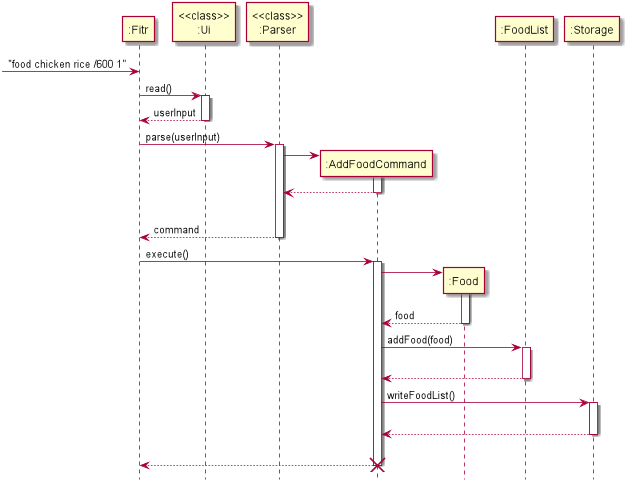
Earlier version of the PlantUML export docs/images/AddFoodSequenceDiagram.png (nus-cs2113-AY2021S1/tp). Source of this version:
```plantuml
@startuml

participant ":Fitr"
participant "<<class>>\n:Ui"
participant "<<class>>\n:Parser"

-> ":Fitr" : "food chicken rice /600 1"

":Fitr" -> "<<class>>\n:Ui" : read()
activate "<<class>>\n:Ui"
return userInput

":Fitr" -> "<<class>>\n:Parser" : parse(userInput)
activate "<<class>>\n:Parser"
create ":AddFoodCommand"
"<<class>>\n:Parser" -> ":AddFoodCommand"
activate ":AddFoodCommand"
return
|||
return command
deactivate "<<class>>\n:Parser"

participant ":Food"
participant ":FoodList"
participant ":Storage"

":Fitr" -> ":AddFoodCommand" : execute()
activate ":AddFoodCommand"

create ":Food"
":AddFoodCommand" -> ":Food"
activate ":Food"
return food

":AddFoodCommand" -> ":FoodList" : addFood(food)
activate ":FoodList"
|||
return

":AddFoodCommand" -> ":Storage" : writeFoodList()
activate ":Storage"
|||
return
|||
return
destroy ":AddFoodCommand"

hide footbox
@enduml
```
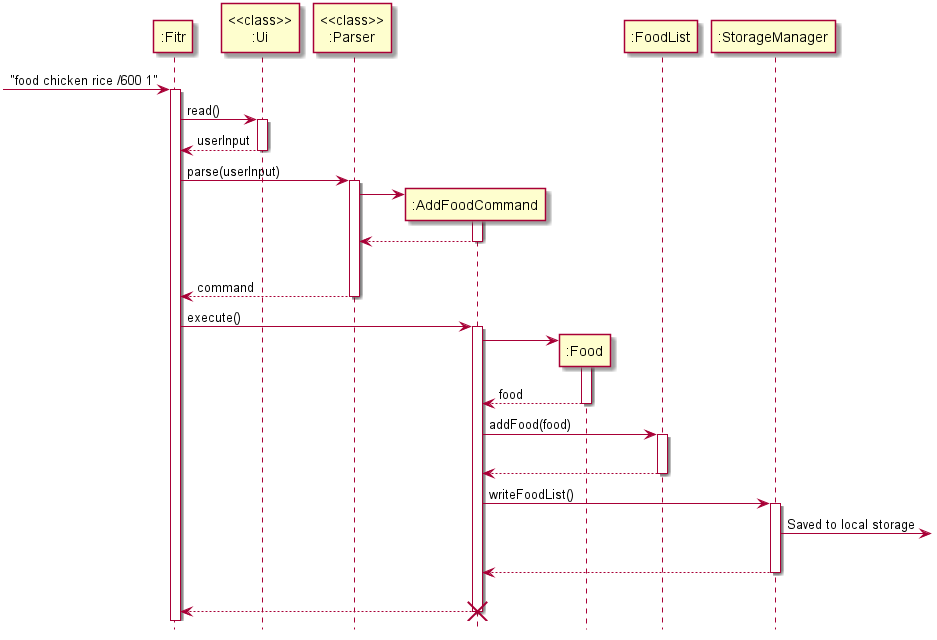
The same diagram one commit later.

What changed in the source:
```diff
@@ -1,10 +1,9 @@
 @startuml
-
 participant ":Fitr"
 participant "<<class>>\n:Ui"
 participant "<<class>>\n:Parser"
 
--> ":Fitr" : "food chicken rice /600 1"
+-> ":Fitr" ++ : "food chicken rice /600 1"
 
 ":Fitr" -> "<<class>>\n:Ui" : read()
 activate "<<class>>\n:Ui"
@@ -22,7 +21,7 @@
 
 participant ":Food"
 participant ":FoodList"
-participant ":Storage"
+participant ":StorageManager"
 
 ":Fitr" -> ":AddFoodCommand" : execute()
 activate ":AddFoodCommand"
@@ -37,8 +36,9 @@
 |||
 return
 
-":AddFoodCommand" -> ":Storage" : writeFoodList()
-activate ":Storage"
+":AddFoodCommand" -> ":StorageManager" : writeFoodList()
+activate ":StorageManager"
+":StorageManager" ->] : Saved to local storage
 |||
 return
 |||
```
